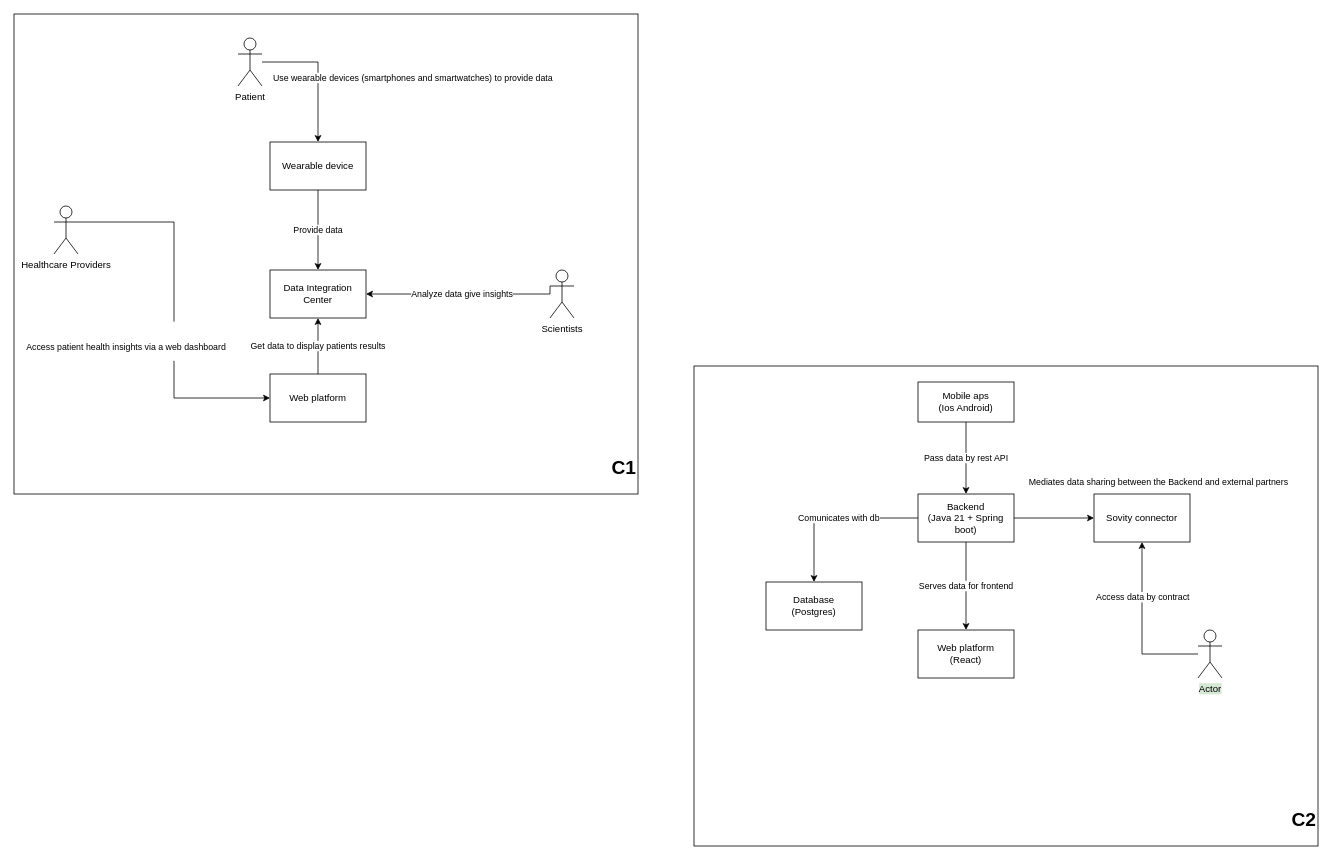
Above: digaC4.drawio in robertp1994/fair-ds-diga (draw.io), before the change. Source tidied: cells renumbered, new cells numbered last; positions are measured from the earlier drawing's top-left corner, leaving out a move shared by most shapes. Both pictures are drawn from the tidied source at 80%, with x=0, y=0 at pixel (14, 14).
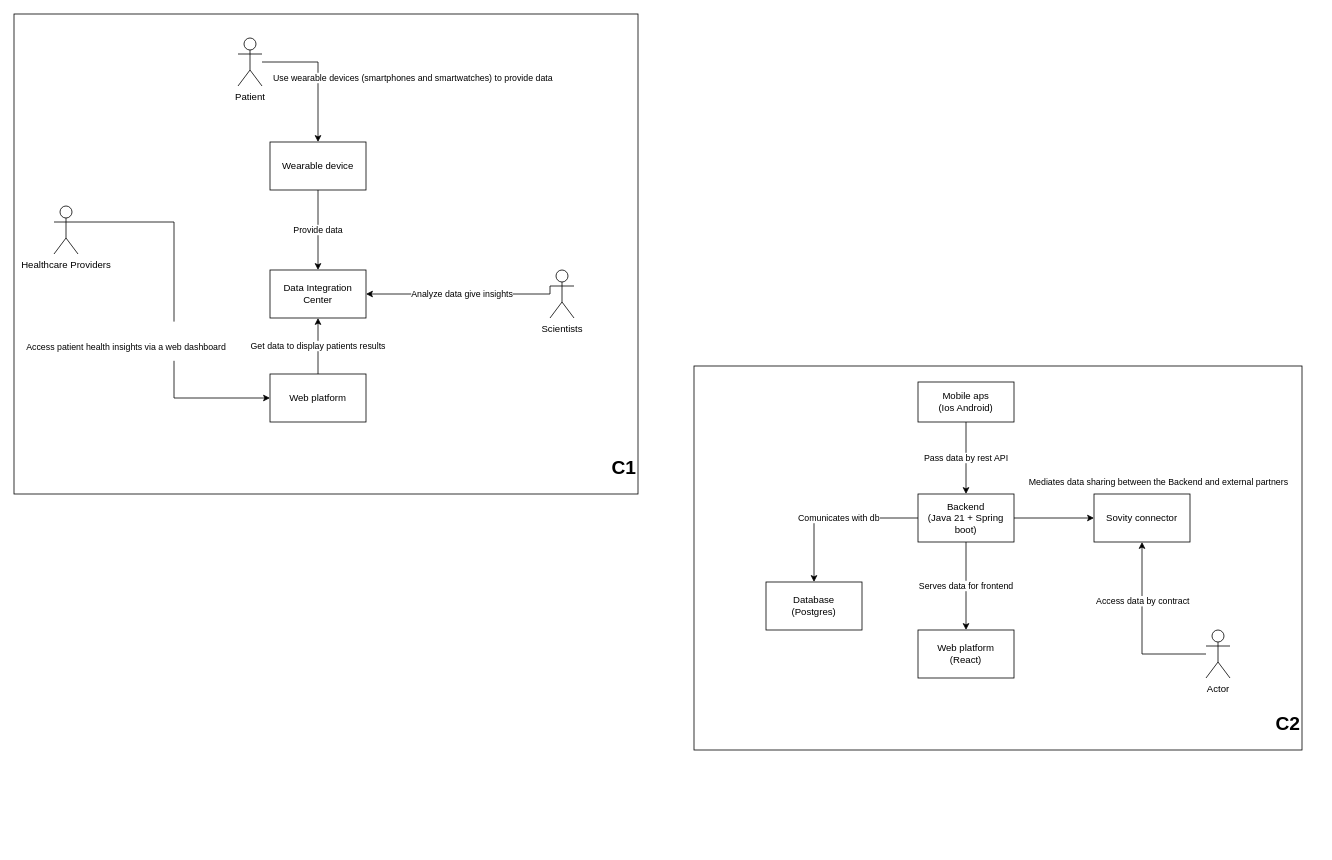
The same page after the edit.

What changed in the source:
```diff
@@
-    <mxCell id="2" value="&lt;blockquote style=&quot;margin: 0 0 0 40px; border: none; padding: 0px;&quot;&gt;&lt;blockquote style=&quot;margin: 0 0 0 40px; border: none; padding: 0px;&quot;&gt;&lt;h1&gt;C2&lt;/h1&gt;&lt;/blockquote&gt;&lt;/blockquote&gt;&lt;blockquote style=&quot;margin: 0 0 0 40px; border: none; padding: 0px;&quot;&gt;&lt;h1&gt;&lt;/h1&gt;&lt;/blockquote&gt;&lt;h1&gt;&lt;/h1&gt;" style="rounded=0;whiteSpace=wrap;html=1;align=right;verticalAlign=bottom;" parent="1" vertex="1">
-      <mxGeometry x="850" y="440" width="780" height="600" as="geometry" />
+    <mxCell id="2" value="&lt;blockquote style=&quot;margin: 0 0 0 40px; border: none; padding: 0px;&quot;&gt;&lt;blockquote style=&quot;margin: 0 0 0 40px; border: none; padding: 0px;&quot;&gt;&lt;h1&gt;C2&lt;/h1&gt;&lt;/blockquote&gt;&lt;/blockquote&gt;&lt;blockquote style=&quot;margin: 0 0 0 40px; border: none; padding: 0px;&quot;&gt;&lt;h1&gt;&lt;/h1&gt;&lt;/blockquote&gt;&lt;h1&gt;&lt;/h1&gt;" style="rounded=0;whiteSpace=wrap;html=1;align=right;verticalAlign=bottom;fontColor=default;labelBackgroundColor=none;" parent="1" vertex="1">
+      <mxGeometry x="850" y="440" width="760" height="480" as="geometry" />
     </mxCell>
@@
-    <mxCell id="28" value="Actor" style="shape=umlActor;verticalLabelPosition=bottom;verticalAlign=top;html=1;outlineConnect=0;labelBackgroundColor=#D5E8D4;" parent="1" vertex="1">
-      <mxGeometry x="1480" y="770" width="30" height="60" as="geometry" />
+    <mxCell id="28" value="Actor" style="shape=umlActor;verticalLabelPosition=bottom;verticalAlign=top;html=1;outlineConnect=0;labelBackgroundColor=none;fillColor=default;strokeColor=default;" parent="1" vertex="1">
+      <mxGeometry x="1490" y="770" width="30" height="60" as="geometry" />
     </mxCell>
```
